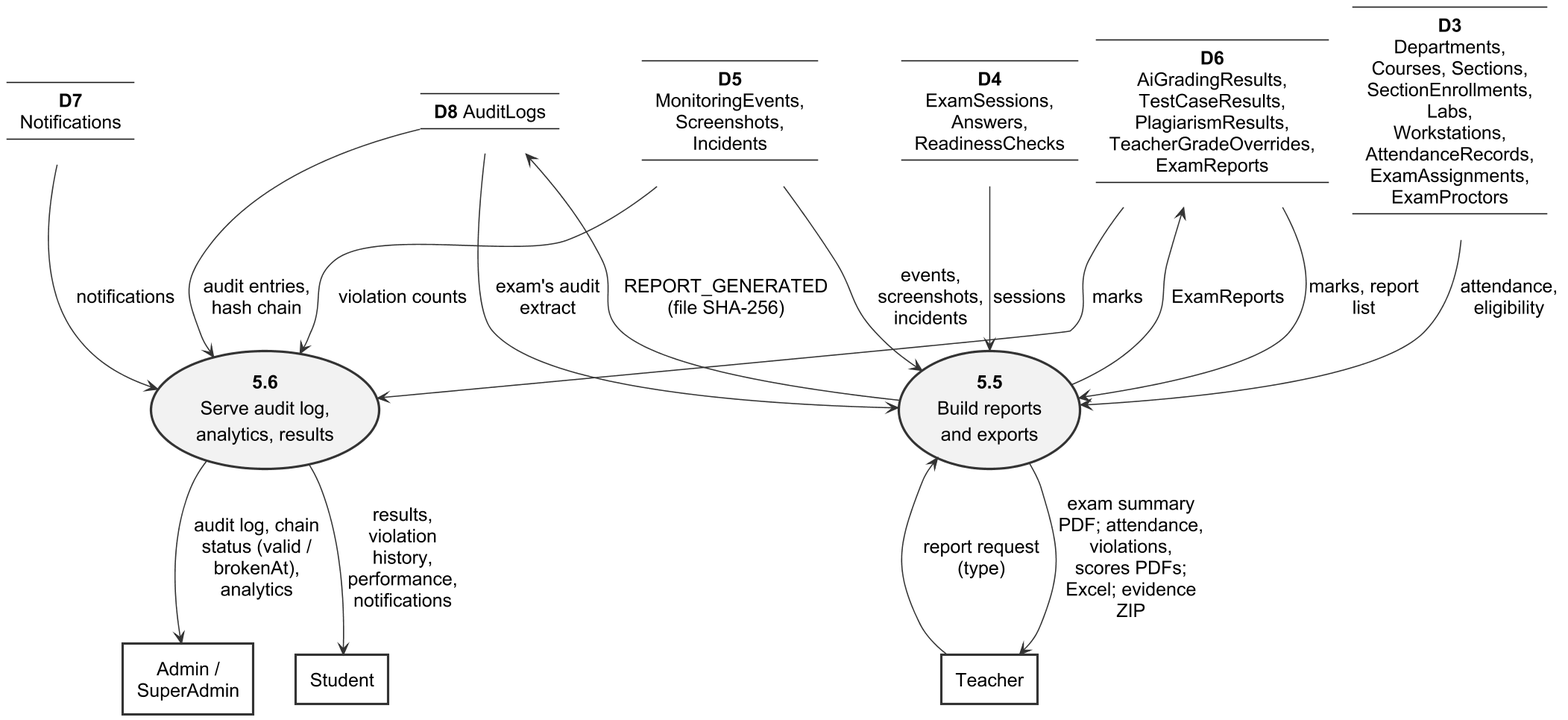
Haiderali27-hub/AI-Lab-Monitoring- keeps this PlantUML diagram as important docs/fyp_doc_3chatp/Figures/dfd_level_2b_reports.png. Above is the earlier version. Source of this version:
```plantuml
@startuml
!include style.iuml
skinparam defaultFontSize 16
skinparam ArrowFontSize 16
skinparam nodesep 14
skinparam ranksep 34
skinparam defaultTextAlignment center
skinparam rectangle<<entity>> {
  BorderThickness 2
  RoundCorner 0
  BackgroundColor #FFFFFF
}
skinparam rectangle<<optional>> {
  RoundCorner 0
  BorderStyle dashed
  BackgroundColor #FFFFFF
}
skinparam usecase {
  BorderColor #333333
  BorderThickness 2
  BackgroundColor #F2F2F2
}
skinparam usecase<<ref>> {
  BorderStyle dashed
  BorderThickness 1
  BackgroundColor #FFFFFF
}
skinparam label {
  FontSize 16
}
hide stereotype

rectangle "Admin /\nSuperAdmin" <<entity>> as ADM
rectangle "Student" <<entity>> as STU
usecase "**5.5**\nBuild reports\nand exports" as P55
usecase "**5.6**\nServe audit log,\nanalytics, results" as P56
label D3 [
----
**D3**
Departments,
Courses, Sections,
SectionEnrollments,
Labs,
Workstations,
AttendanceRecords,
ExamAssignments,
ExamProctors
----
]
label D5 [
----
**D5**
MonitoringEvents,
Screenshots,
Incidents
----
]
label D6 [
----
**D6**
AiGradingResults,
TestCaseResults,
PlagiarismResults,
TeacherGradeOverrides,
ExamReports
----
]
label D7 [
----
**D7**
Notifications
----
]
label D8 [
----
**D8** AuditLogs
----
]
rectangle "Teacher" <<entity>> as TEA2
label D4b [
----
**D4**
ExamSessions,
Answers,
ReadinessChecks
----
]

D6 --> P55 : marks, report\nlist
D3 --> P55 : attendance,\neligibility
D4b --> P55 : sessions
D5 --> P55 : events,\nscreenshots,\nincidents
D8 --> P55 : exam's audit\nextract
D6 <-- P55 : ExamReports
D8 <-- P55 : REPORT_GENERATED\n(file SHA-256)
P55 <-- TEA2 : report request\n(type)
P55 --> TEA2 : exam summary\nPDF; attendance,\nviolations,\nscores PDFs;\nExcel; evidence\nZIP
D8 --> P56 : audit entries,\nhash chain
D6 --> P56 : marks
D5 --> P56 : violation counts
D7 --> P56 : notifications
P56 --> ADM : audit log, chain\nstatus (valid /\nbrokenAt),\nanalytics
P56 --> STU : results,\nviolation\nhistory,\nperformance,\nnotifications
@enduml
```
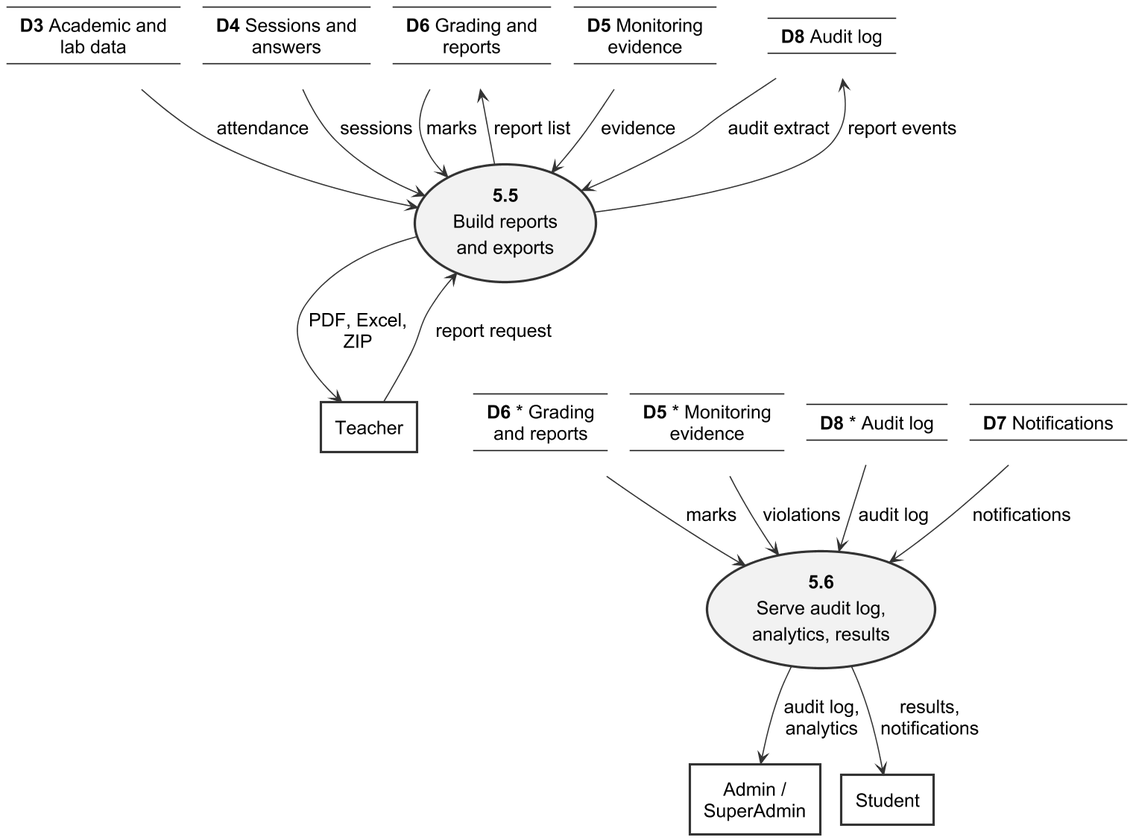
Later version of the same file.

Change to the diagram source:
```diff
@@ -2,8 +2,8 @@
 !include style.iuml
 skinparam defaultFontSize 16
 skinparam ArrowFontSize 16
-skinparam nodesep 14
-skinparam ranksep 34
+skinparam nodesep 18
+skinparam ranksep 40
 skinparam defaultTextAlignment center
 skinparam rectangle<<entity>> {
   BorderThickness 2
@@ -29,76 +29,80 @@
   FontSize 16
 }
 hide stereotype
+top to bottom direction
 
-rectangle "Admin /\nSuperAdmin" <<entity>> as ADM
-rectangle "Student" <<entity>> as STU
-usecase "**5.5**\nBuild reports\nand exports" as P55
-usecase "**5.6**\nServe audit log,\nanalytics, results" as P56
 label D3 [
 ----
-**D3**
-Departments,
-Courses, Sections,
-SectionEnrollments,
-Labs,
-Workstations,
-AttendanceRecords,
-ExamAssignments,
-ExamProctors
+**D3** Academic and
+lab data
+----
+]
+label D4 [
+----
+**D4** Sessions and
+answers
+----
+]
+label D6 [
+----
+**D6** Grading and
+reports
 ----
 ]
 label D5 [
 ----
-**D5**
-MonitoringEvents,
-Screenshots,
-Incidents
+**D5** Monitoring
+evidence
 ----
 ]
-label D6 [
+label D8 [
 ----
-**D6**
-AiGradingResults,
-TestCaseResults,
-PlagiarismResults,
-TeacherGradeOverrides,
-ExamReports
+**D8** Audit log
+----
+]
+usecase "**5.5**\nBuild reports\nand exports" as P55
+rectangle "Teacher" <<entity>> as TEA
+label D6b [
+----
+**D6 *** Grading
+and reports
+----
+]
+label D5b [
+----
+**D5 *** Monitoring
+evidence
+----
+]
+label D8b [
+----
+**D8 *** Audit log
 ----
 ]
 label D7 [
 ----
-**D7**
-Notifications
+**D7** Notifications
 ----
 ]
-label D8 [
-----
-**D8** AuditLogs
-----
-]
-rectangle "Teacher" <<entity>> as TEA2
-label D4b [
-----
-**D4**
-ExamSessions,
-Answers,
-ReadinessChecks
-----
-]
+usecase "**5.6**\nServe audit log,\nanalytics, results" as P56
+rectangle "Admin /\nSuperAdmin" <<entity>> as ADM
+rectangle "Student" <<entity>> as STU
 
-D6 --> P55 : marks, report\nlist
-D3 --> P55 : attendance,\neligibility
-D4b --> P55 : sessions
-D5 --> P55 : events,\nscreenshots,\nincidents
-D8 --> P55 : exam's audit\nextract
-D6 <-- P55 : ExamReports
-D8 <-- P55 : REPORT_GENERATED\n(file SHA-256)
-P55 <-- TEA2 : report request\n(type)
-P55 --> TEA2 : exam summary\nPDF; attendance,\nviolations,\nscores PDFs;\nExcel; evidence\nZIP
-D8 --> P56 : audit entries,\nhash chain
-D6 --> P56 : marks
-D5 --> P56 : violation counts
+D3 --> P55 : attendance
+D4 --> P55 : sessions
+D6 --> P55 : marks
+D6 <-- P55 : report list
+D5 --> P55 : evidence
+D8 --> P55 : audit extract
+D8 <-- P55 : report events
+P55 --> TEA : PDF, Excel,\nZIP
+P55 <-- TEA : report request
+P55 -[hidden]-> D6b
+P55 -[hidden]-> D5b
+D6b --> P56 : marks
+D5b --> P56 : violations
+D8b --> P56 : audit log
 D7 --> P56 : notifications
-P56 --> ADM : audit log, chain\nstatus (valid /\nbrokenAt),\nanalytics
-P56 --> STU : results,\nviolation\nhistory,\nperformance,\nnotifications
+P56 --> ADM : audit log,\nanalytics
+P56 --> STU : results,\nnotifications
 @enduml
```
